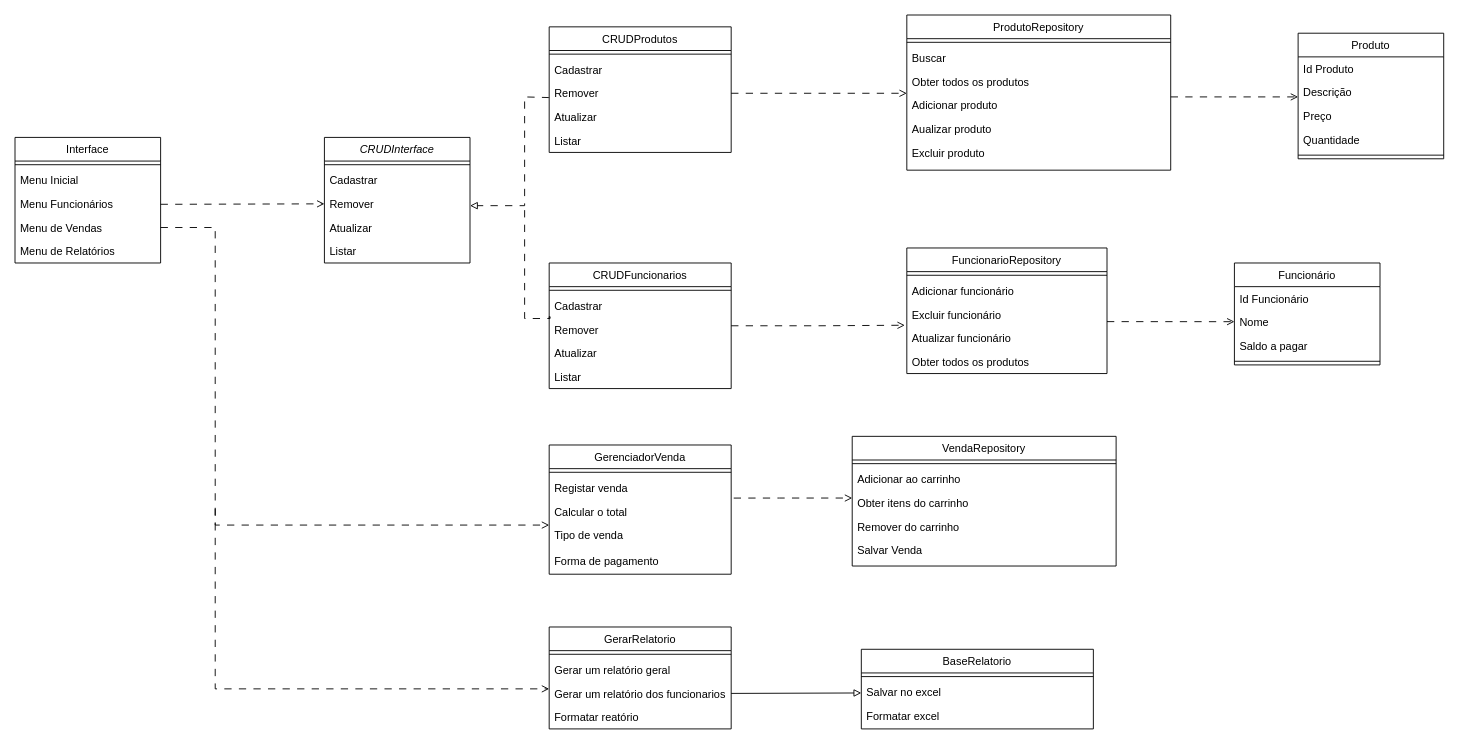
The draw.io diagram docs/ModeloConceitual.drawio in belleruivo/cantina-fatore, before the edit. Source tidied: cells renumbered, new cells numbered last; positions are measured from the earlier drawing's top-left corner, leaving out a move shared by most shapes. Both pictures are drawn from the tidied source at 91%, with x=0, y=0 at pixel (15, 15).
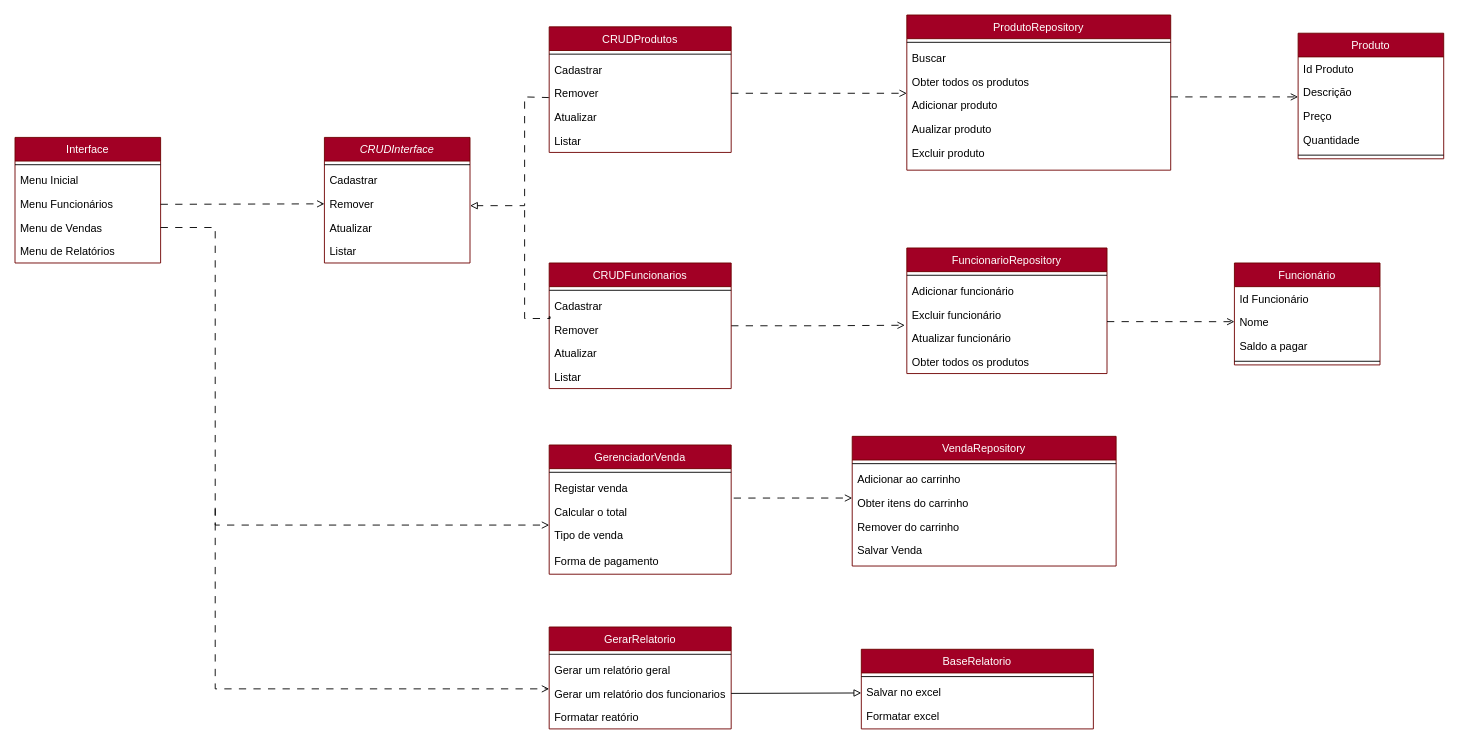
Above is the later version.

Change to the diagram source:
```diff
@@
-    <mxCell id="2" value="Produto" style="swimlane;fontStyle=0;align=center;verticalAlign=top;horizontal=1;startSize=26;rounded=0;shadow=0;strokeWidth=1;" parent="1" vertex="1">
+    <mxCell id="2" value="Produto" style="swimlane;fontStyle=0;align=center;verticalAlign=top;horizontal=1;startSize=26;rounded=0;shadow=0;strokeWidth=1;fillColor=#a20025;fontColor=#ffffff;strokeColor=#6F0000;" parent="1" vertex="1">
       <mxGeometry x="1410" y="20" width="160" height="138" as="geometry" />
     </mxCell>
@@
-    <mxCell id="8" value="Funcionário" style="swimlane;fontStyle=0;align=center;verticalAlign=top;horizontal=1;startSize=26;rounded=0;shadow=0;strokeWidth=1;" parent="1" vertex="1">
+    <mxCell id="8" value="Funcionário" style="swimlane;fontStyle=0;align=center;verticalAlign=top;horizontal=1;startSize=26;rounded=0;shadow=0;strokeWidth=1;fillColor=#a20025;fontColor=#ffffff;strokeColor=#6F0000;" parent="1" vertex="1">
       <mxGeometry x="1340" y="272.5" width="160" height="112" as="geometry" />
     </mxCell>
@@
-    <mxCell id="13" value="Interface" style="swimlane;fontStyle=0;align=center;verticalAlign=top;horizontal=1;startSize=26;rounded=0;shadow=0;strokeWidth=1;" parent="1" vertex="1">
+    <mxCell id="13" value="Interface" style="swimlane;fontStyle=0;align=center;verticalAlign=top;horizontal=1;startSize=26;rounded=0;shadow=0;strokeWidth=1;fillColor=#a20025;fontColor=#ffffff;strokeColor=#6F0000;" parent="1" vertex="1">
       <mxGeometry y="134.5" width="160" height="138" as="geometry" />
     </mxCell>
@@
-    <mxCell id="19" value="CRUDInterface" style="swimlane;fontStyle=2;align=center;verticalAlign=top;horizontal=1;startSize=26;rounded=0;shadow=0;strokeWidth=1;" parent="1" vertex="1">
+    <mxCell id="19" value="CRUDInterface" style="swimlane;fontStyle=2;align=center;verticalAlign=top;horizontal=1;startSize=26;rounded=0;shadow=0;strokeWidth=1;fillColor=#a20025;fontColor=#ffffff;strokeColor=#6F0000;" parent="1" vertex="1">
       <mxGeometry x="340" y="134.5" width="160" height="138" as="geometry" />
     </mxCell>
@@
-    <mxCell id="26" value="CRUDProdutos" style="swimlane;fontStyle=0;align=center;verticalAlign=top;horizontal=1;startSize=26;rounded=0;shadow=0;strokeWidth=1;" parent="1" vertex="1">
+    <mxCell id="26" value="CRUDProdutos" style="swimlane;fontStyle=0;align=center;verticalAlign=top;horizontal=1;startSize=26;rounded=0;shadow=0;strokeWidth=1;fillColor=#a20025;fontColor=#ffffff;strokeColor=#6F0000;" parent="1" vertex="1">
       <mxGeometry x="587" y="13" width="200" height="138" as="geometry" />
     </mxCell>
@@
-    <mxCell id="33" value="CRUDFuncionarios" style="swimlane;fontStyle=0;align=center;verticalAlign=top;horizontal=1;startSize=26;rounded=0;shadow=0;strokeWidth=1;" parent="1" vertex="1">
+    <mxCell id="33" value="CRUDFuncionarios" style="swimlane;fontStyle=0;align=center;verticalAlign=top;horizontal=1;startSize=26;rounded=0;shadow=0;strokeWidth=1;fillColor=#a20025;fontColor=#ffffff;strokeColor=#6F0000;" parent="1" vertex="1">
       <mxGeometry x="587" y="272.5" width="200" height="138" as="geometry" />
     </mxCell>
@@
-    <mxCell id="39" value="GerarRelatorio" style="swimlane;fontStyle=0;align=center;verticalAlign=top;horizontal=1;startSize=26;rounded=0;shadow=0;strokeWidth=1;" parent="1" vertex="1">
+    <mxCell id="39" value="GerarRelatorio" style="swimlane;fontStyle=0;align=center;verticalAlign=top;horizontal=1;startSize=26;rounded=0;shadow=0;strokeWidth=1;fillColor=#a20025;fontColor=#ffffff;strokeColor=#6F0000;" parent="1" vertex="1">
       <mxGeometry x="587" y="672.5" width="200" height="112" as="geometry" />
     </mxCell>
@@
-    <mxCell id="45" value="GerenciadorVenda" style="swimlane;fontStyle=0;align=center;verticalAlign=top;horizontal=1;startSize=26;rounded=0;shadow=0;strokeWidth=1;" parent="1" vertex="1">
+    <mxCell id="45" value="GerenciadorVenda" style="swimlane;fontStyle=0;align=center;verticalAlign=top;horizontal=1;startSize=26;rounded=0;shadow=0;strokeWidth=1;fillColor=#a20025;fontColor=#ffffff;strokeColor=#6F0000;" parent="1" vertex="1">
       <mxGeometry x="587" y="472.5" width="200" height="142" as="geometry" />
     </mxCell>
@@
-    <mxCell id="56" value="ProdutoRepository" style="swimlane;fontStyle=0;align=center;verticalAlign=top;horizontal=1;startSize=26;rounded=0;shadow=0;strokeWidth=1;" parent="1" vertex="1">
+    <mxCell id="56" value="ProdutoRepository" style="swimlane;fontStyle=0;align=center;verticalAlign=top;horizontal=1;startSize=26;rounded=0;shadow=0;strokeWidth=1;fillColor=#a20025;fontColor=#ffffff;strokeColor=#6F0000;" parent="1" vertex="1">
       <mxGeometry x="980" width="290" height="170.5" as="geometry" />
     </mxCell>
@@
-    <mxCell id="64" value="FuncionarioRepository" style="swimlane;fontStyle=0;align=center;verticalAlign=top;horizontal=1;startSize=26;rounded=0;shadow=0;strokeWidth=1;" parent="1" vertex="1">
+    <mxCell id="64" value="FuncionarioRepository" style="swimlane;fontStyle=0;align=center;verticalAlign=top;horizontal=1;startSize=26;rounded=0;shadow=0;strokeWidth=1;fillColor=#a20025;fontColor=#ffffff;strokeColor=#6F0000;" parent="1" vertex="1">
       <mxGeometry x="980" y="256" width="220" height="138" as="geometry" />
     </mxCell>
@@
-    <mxCell id="71" value="VendaRepository" style="swimlane;fontStyle=0;align=center;verticalAlign=top;horizontal=1;startSize=26;rounded=0;shadow=0;strokeWidth=1;" parent="1" vertex="1">
+    <mxCell id="71" value="VendaRepository" style="swimlane;fontStyle=0;align=center;verticalAlign=top;horizontal=1;startSize=26;rounded=0;shadow=0;strokeWidth=1;fillColor=#a20025;fontColor=#ffffff;strokeColor=#6F0000;" parent="1" vertex="1">
       <mxGeometry x="920" y="463" width="290" height="142.5" as="geometry" />
     </mxCell>
@@
-    <mxCell id="77" value="BaseRelatorio" style="swimlane;fontStyle=0;align=center;verticalAlign=top;horizontal=1;startSize=26;rounded=0;shadow=0;strokeWidth=1;" parent="1" vertex="1">
+    <mxCell id="77" value="BaseRelatorio" style="swimlane;fontStyle=0;align=center;verticalAlign=top;horizontal=1;startSize=26;rounded=0;shadow=0;strokeWidth=1;fillColor=#a20025;fontColor=#ffffff;strokeColor=#6F0000;" parent="1" vertex="1">
       <mxGeometry x="930" y="697" width="255" height="87.5" as="geometry" />
     </mxCell>
```
